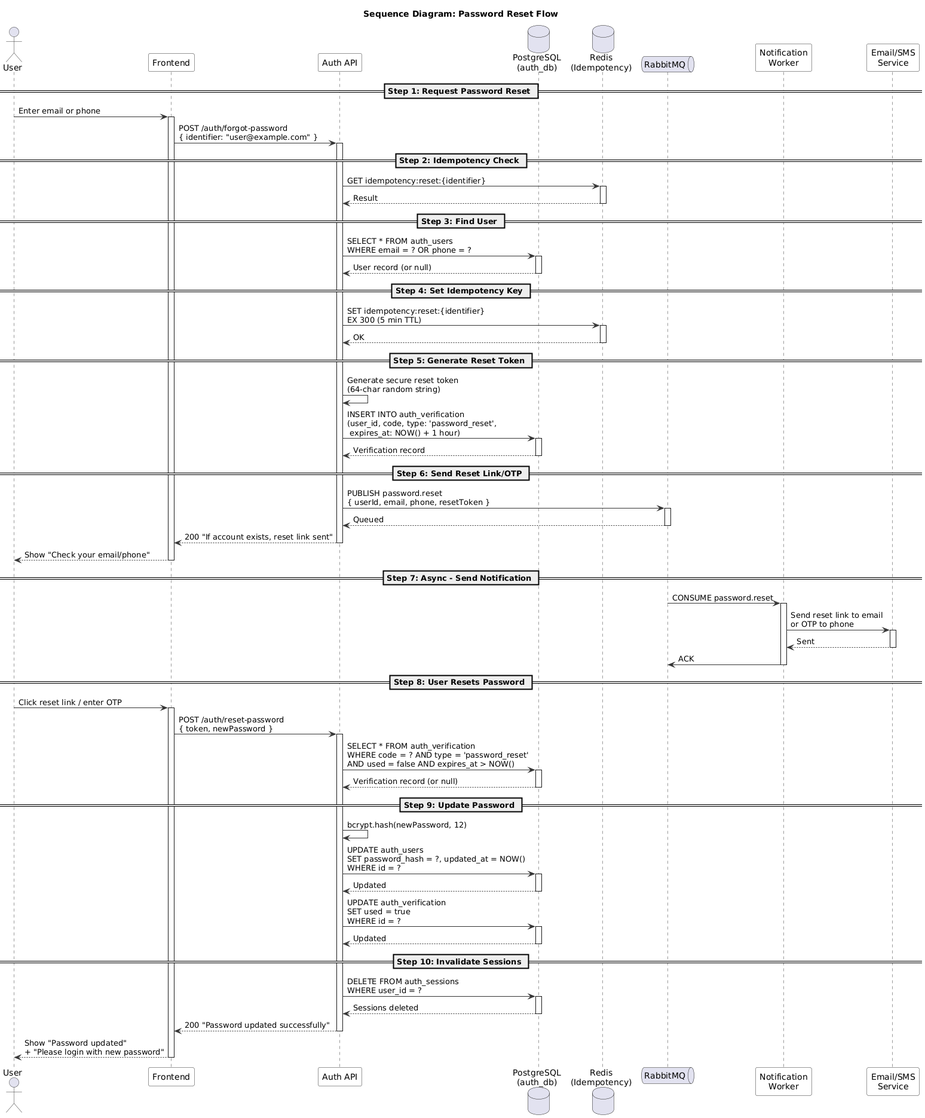
The PlantUML diagram modules/dist/auth/images/sequence/password-reset-sequence.png in namnh240795/document, before a commit. Source of this version:
```plantuml
@startuml

skinparam sequence {
  ArrowColor #333333
  ActorBorderColor #333333
  LifeLineBorderColor #333333
  ParticipantBackgroundColor #F8F8F8
  ParticipantBorderColor #333333
}

title Sequence Diagram: Password Reset Flow

actor User
participant "Frontend" as FE
participant "Auth API" as API
database "PostgreSQL\n(auth_db)" as DB
database "Redis\n(Idempotency)" as Redis
queue "RabbitMQ" as MQ
participant "Notification\nWorker" as Worker
participant "Email/SMS\nService" as Notif

== Step 1: Request Password Reset ==

User -> FE : Enter email or phone
activate FE

FE -> API : POST /auth/forgot-password\n{ identifier: "user@example.com" }
activate API

== Step 2: Idempotency Check ==

API -> Redis : GET idempotency:reset:{identifier}
activate Redis
Redis --> API : Result
deactivate Redis

== Step 3: Find User ==

API -> DB : SELECT * FROM auth_users\nWHERE email = ? OR phone = ?
activate DB
DB --> API : User record (or null)
deactivate DB

== Step 4: Set Idempotency Key ==

API -> Redis : SET idempotency:reset:{identifier}\nEX 300 (5 min TTL)
activate Redis
Redis --> API : OK
deactivate Redis

== Step 5: Generate Reset Token ==

API -> API : Generate secure reset token\n(64-char random string)

API -> DB : INSERT INTO auth_verification\n(user_id, code, type: 'password_reset',\n expires_at: NOW() + 1 hour)
activate DB
DB --> API : Verification record
deactivate DB

== Step 6: Send Reset Link/OTP ==

API -> MQ : PUBLISH password.reset\n{ userId, email, phone, resetToken }
activate MQ
MQ --> API : Queued
deactivate MQ

API --> FE : 200 "If account exists, reset link sent"
deactivate API

FE --> User : Show "Check your email/phone"
deactivate FE

== Step 7: Async - Send Notification ==

MQ -> Worker : CONSUME password.reset
activate Worker

Worker -> Notif : Send reset link to email\nor OTP to phone
activate Notif
Notif --> Worker : Sent
deactivate Notif

Worker -> MQ : ACK
deactivate Worker

== Step 8: User Resets Password ==

User -> FE : Click reset link / enter OTP
activate FE

FE -> API : POST /auth/reset-password\n{ token, newPassword }
activate API

API -> DB : SELECT * FROM auth_verification\nWHERE code = ? AND type = 'password_reset'\nAND used = false AND expires_at > NOW()
activate DB
DB --> API : Verification record (or null)
deactivate DB

== Step 9: Update Password ==

API -> API : bcrypt.hash(newPassword, 12)

API -> DB : UPDATE auth_users\nSET password_hash = ?, updated_at = NOW()\nWHERE id = ?
activate DB
DB --> API : Updated
deactivate DB

API -> DB : UPDATE auth_verification\nSET used = true\nWHERE id = ?
activate DB
DB --> API : Updated
deactivate DB

== Step 10: Invalidate Sessions ==

API -> DB : DELETE FROM auth_sessions\nWHERE user_id = ?
activate DB
DB --> API : Sessions deleted
deactivate DB

API --> FE : 200 "Password updated successfully"
deactivate API

FE --> User : Show "Password updated"\n+ "Please login with new password"
deactivate FE

@enduml
```
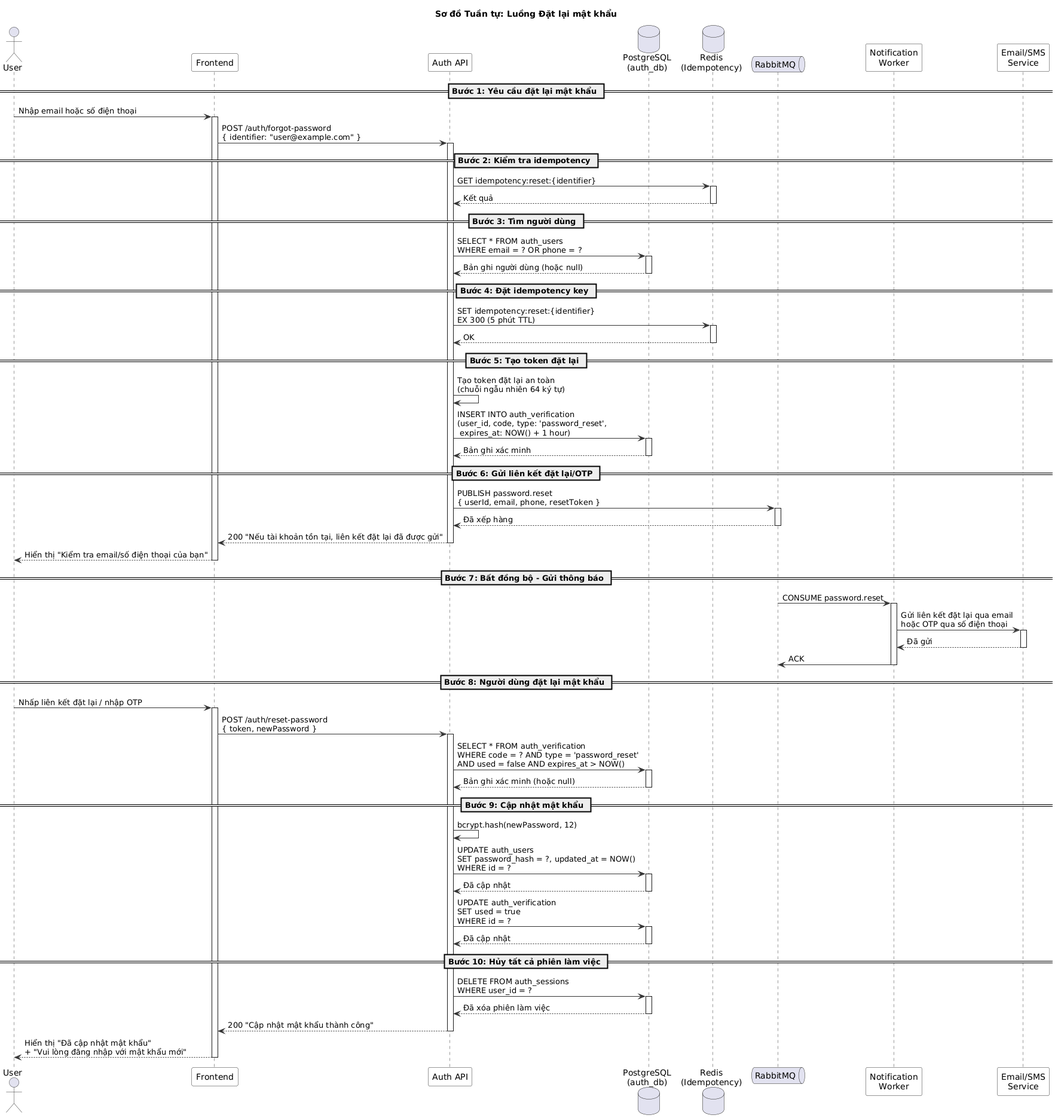
Above is the later version.

What changed in the source:
```diff
@@ -8,7 +8,7 @@
   ParticipantBorderColor #333333
 }
 
-title Sequence Diagram: Password Reset Flow
+title Sơ đồ Tuần tự: Luồng Đặt lại mật khẩu
 
 actor User
 participant "Frontend" as FE
@@ -19,73 +19,73 @@
 participant "Notification\nWorker" as Worker
 participant "Email/SMS\nService" as Notif
 
-== Step 1: Request Password Reset ==
+== Bước 1: Yêu cầu đặt lại mật khẩu ==
 
-User -> FE : Enter email or phone
+User -> FE : Nhập email hoặc số điện thoại
 activate FE
 
 FE -> API : POST /auth/forgot-password\n{ identifier: "user@example.com" }
 activate API
 
-== Step 2: Idempotency Check ==
+== Bước 2: Kiểm tra idempotency ==
 
 API -> Redis : GET idempotency:reset:{identifier}
 activate Redis
-Redis --> API : Result
+Redis --> API : Kết quả
 deactivate Redis
 
-== Step 3: Find User ==
+== Bước 3: Tìm người dùng ==
 
 API -> DB : SELECT * FROM auth_users\nWHERE email = ? OR phone = ?
 activate DB
-DB --> API : User record (or null)
+DB --> API : Bản ghi người dùng (hoặc null)
 deactivate DB
 
-== Step 4: Set Idempotency Key ==
+== Bước 4: Đặt idempotency key ==
 
-API -> Redis : SET idempotency:reset:{identifier}\nEX 300 (5 min TTL)
+API -> Redis : SET idempotency:reset:{identifier}\nEX 300 (5 phút TTL)
 activate Redis
 Redis --> API : OK
 deactivate Redis
 
-== Step 5: Generate Reset Token ==
+== Bước 5: Tạo token đặt lại ==
 
-API -> API : Generate secure reset token\n(64-char random string)
+API -> API : Tạo token đặt lại an toàn\n(chuỗi ngẫu nhiên 64 ký tự)
 
 API -> DB : INSERT INTO auth_verification\n(user_id, code, type: 'password_reset',\n expires_at: NOW() + 1 hour)
 activate DB
-DB --> API : Verification record
+DB --> API : Bản ghi xác minh
 deactivate DB
 
-== Step 6: Send Reset Link/OTP ==
+== Bước 6: Gửi liên kết đặt lại/OTP ==
 
 API -> MQ : PUBLISH password.reset\n{ userId, email, phone, resetToken }
 activate MQ
-MQ --> API : Queued
+MQ --> API : Đã xếp hàng
 deactivate MQ
 
-API --> FE : 200 "If account exists, reset link sent"
+API --> FE : 200 "Nếu tài khoản tồn tại, liên kết đặt lại đã được gửi"
 deactivate API
 
-FE --> User : Show "Check your email/phone"
+FE --> User : Hiển thị "Kiểm tra email/số điện thoại của bạn"
 deactivate FE
 
-== Step 7: Async - Send Notification ==
+== Bước 7: Bất đồng bộ - Gửi thông báo ==
 
 MQ -> Worker : CONSUME password.reset
 activate Worker
 
-Worker -> Notif : Send reset link to email\nor OTP to phone
+Worker -> Notif : Gửi liên kết đặt lại qua email\nhoặc OTP qua số điện thoại
 activate Notif
-Notif --> Worker : Sent
+Notif --> Worker : Đã gửi
 deactivate Notif
 
 Worker -> MQ : ACK
 deactivate Worker
 
-== Step 8: User Resets Password ==
+== Bước 8: Người dùng đặt lại mật khẩu ==
 
-User -> FE : Click reset link / enter OTP
+User -> FE : Nhấp liên kết đặt lại / nhập OTP
 activate FE
 
 FE -> API : POST /auth/reset-password\n{ token, newPassword }
@@ -93,34 +93,34 @@
 
 API -> DB : SELECT * FROM auth_verification\nWHERE code = ? AND type = 'password_reset'\nAND used = false AND expires_at > NOW()
 activate DB
-DB --> API : Verification record (or null)
+DB --> API : Bản ghi xác minh (hoặc null)
 deactivate DB
 
-== Step 9: Update Password ==
+== Bước 9: Cập nhật mật khẩu ==
 
 API -> API : bcrypt.hash(newPassword, 12)
 
 API -> DB : UPDATE auth_users\nSET password_hash = ?, updated_at = NOW()\nWHERE id = ?
 activate DB
-DB --> API : Updated
+DB --> API : Đã cập nhật
 deactivate DB
 
 API -> DB : UPDATE auth_verification\nSET used = true\nWHERE id = ?
 activate DB
-DB --> API : Updated
+DB --> API : Đã cập nhật
 deactivate DB
 
-== Step 10: Invalidate Sessions ==
+== Bước 10: Hủy tất cả phiên làm việc ==
 
 API -> DB : DELETE FROM auth_sessions\nWHERE user_id = ?
 activate DB
-DB --> API : Sessions deleted
+DB --> API : Đã xóa phiên làm việc
 deactivate DB
 
-API --> FE : 200 "Password updated successfully"
+API --> FE : 200 "Cập nhật mật khẩu thành công"
 deactivate API
 
-FE --> User : Show "Password updated"\n+ "Please login with new password"
+FE --> User : Hiển thị "Đã cập nhật mật khẩu"\n+ "Vui lòng đăng nhập với mật khẩu mới"
 deactivate FE
 
 @enduml
```
